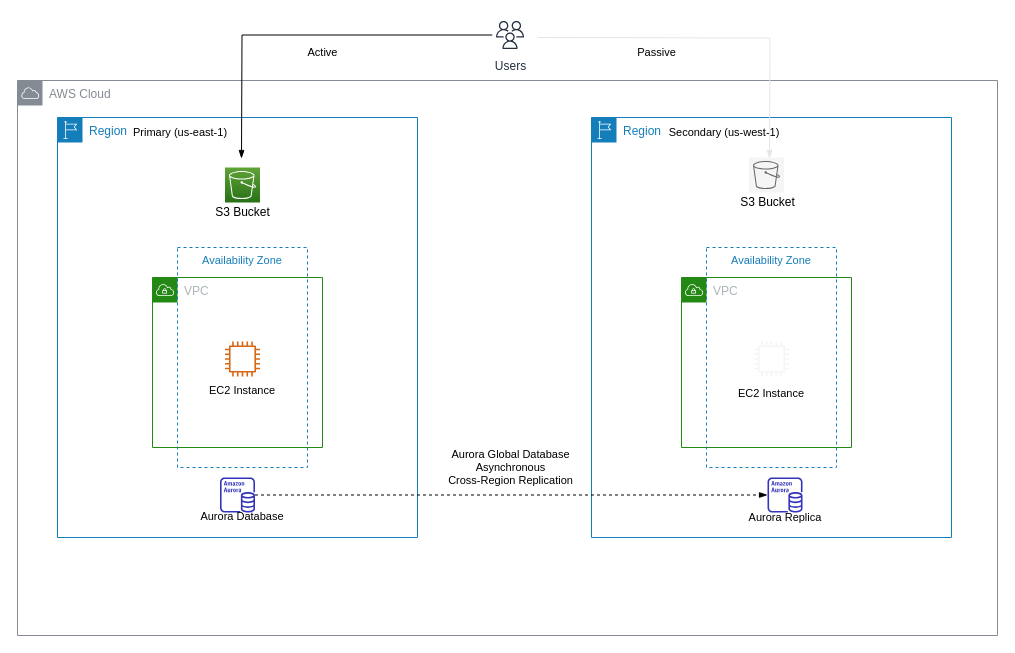
Before: content/Reliability/Disaster Recovery/Workshop_2/PilotLight.drawio in awslabs/aws-well-architected-labs, a draw.io diagram. Source tidied: cells renumbered, new cells numbered last; positions are measured from the earlier drawing's top-left corner, leaving out a move shared by most shapes. Both pictures are drawn from the tidied source at 100%, with x=0, y=0 at pixel (17, 17).
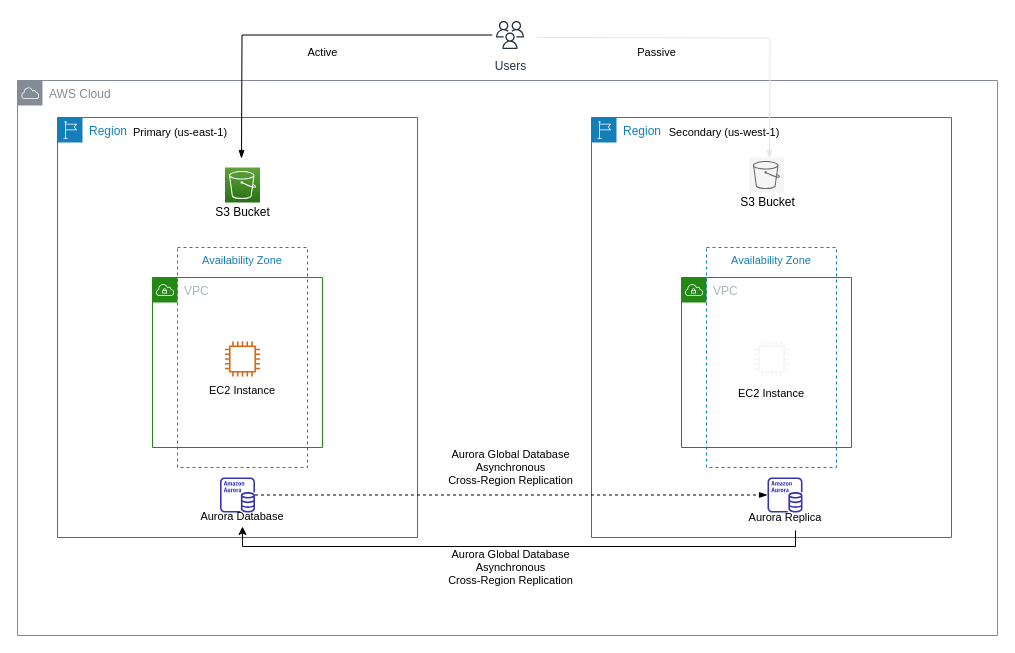
The same page after the edit.

Commit message (it also covers changes not shown here):
Add drawio and health check fix for Warm

Unchanged cells that the change refers to:
```xml
<mxCell id="18" value="Aurora Database" style="text;html=1;strokeColor=none;fillColor=none;align=center;verticalAlign=middle;whiteSpace=wrap;rounded=0;fontSize=11;" parent="1" vertex="1">
  <mxGeometry x="175" y="489" width="100" height="20" as="geometry" />
</mxCell>
<mxCell id="22" value="Aurora Replica" style="text;html=1;strokeColor=none;fillColor=none;align=center;verticalAlign=middle;whiteSpace=wrap;rounded=0;fontSize=11;" parent="1" vertex="1">
  <mxGeometry x="717.5" y="490" width="100" height="20" as="geometry" />
</mxCell>
```

Change to the diagram source:
```diff
@@
+    <mxCell id="30" style="edgeStyle=orthogonalEdgeStyle;rounded=0;jettySize=auto;html=1;entryX=0.5;entryY=1;entryDx=0;entryDy=0;exitX=0.605;exitY=1.15;exitDx=0;exitDy=0;exitPerimeter=0;" parent="1" edge="1" source="22" target="18">
+      <mxGeometry relative="1" as="geometry">
+        <Array as="points">
+          <mxPoint x="778" y="529" />
+          <mxPoint x="225" y="529" />
+        </Array>
+      </mxGeometry>
+    </mxCell>
@@
+    <mxCell id="31" value="Aurora Global Database&lt;br&gt;Asynchronous &lt;br&gt;Cross-Region Replication" style="text;html=1;align=center;verticalAlign=middle;fontSize=11;" parent="1" vertex="1">
+      <mxGeometry x="422.5" y="530" width="140" height="40" as="geometry" />
+    </mxCell>
```
